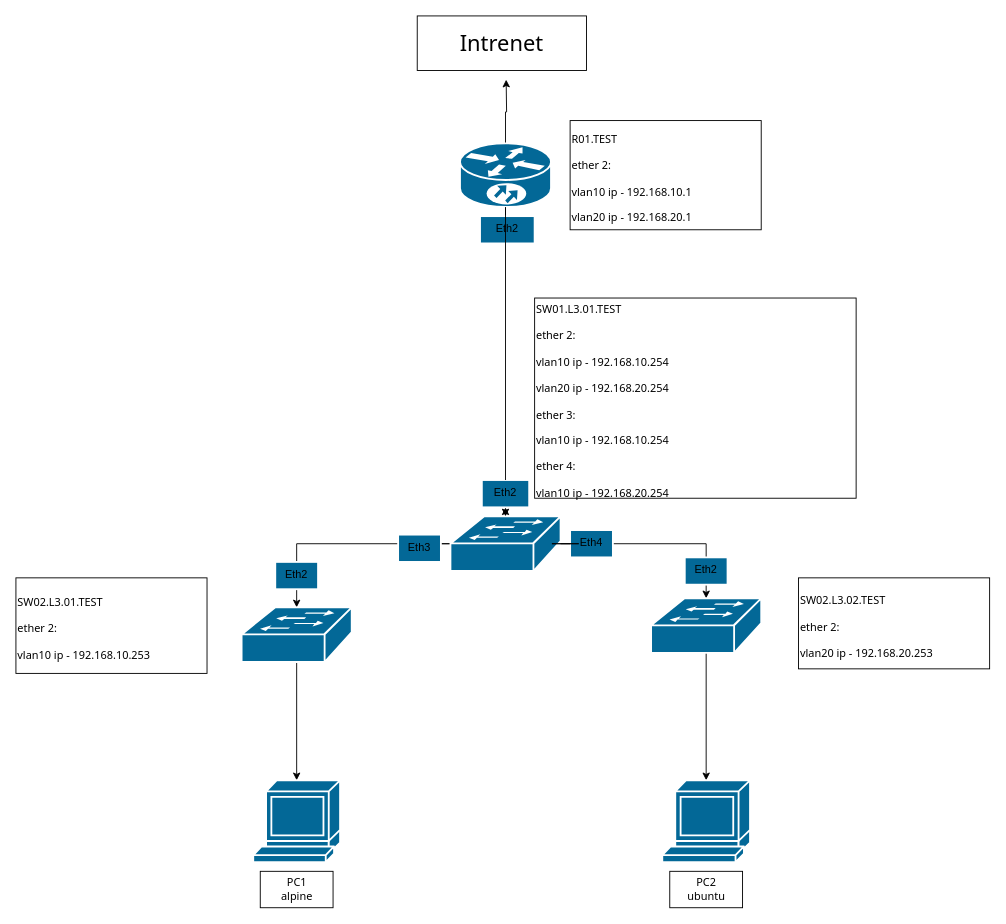
Before: lab1/Lab1.drawio in Vashavsh/2022_2023-introduction_in_routing-k33202-shabashov_v_a, a draw.io diagram. Source tidied: cells renumbered, new cells numbered last; positions are measured from the earlier drawing's top-left corner, leaving out a move shared by most shapes. Both pictures are drawn from the tidied source at 91%, with x=0, y=0 at pixel (15, 15).
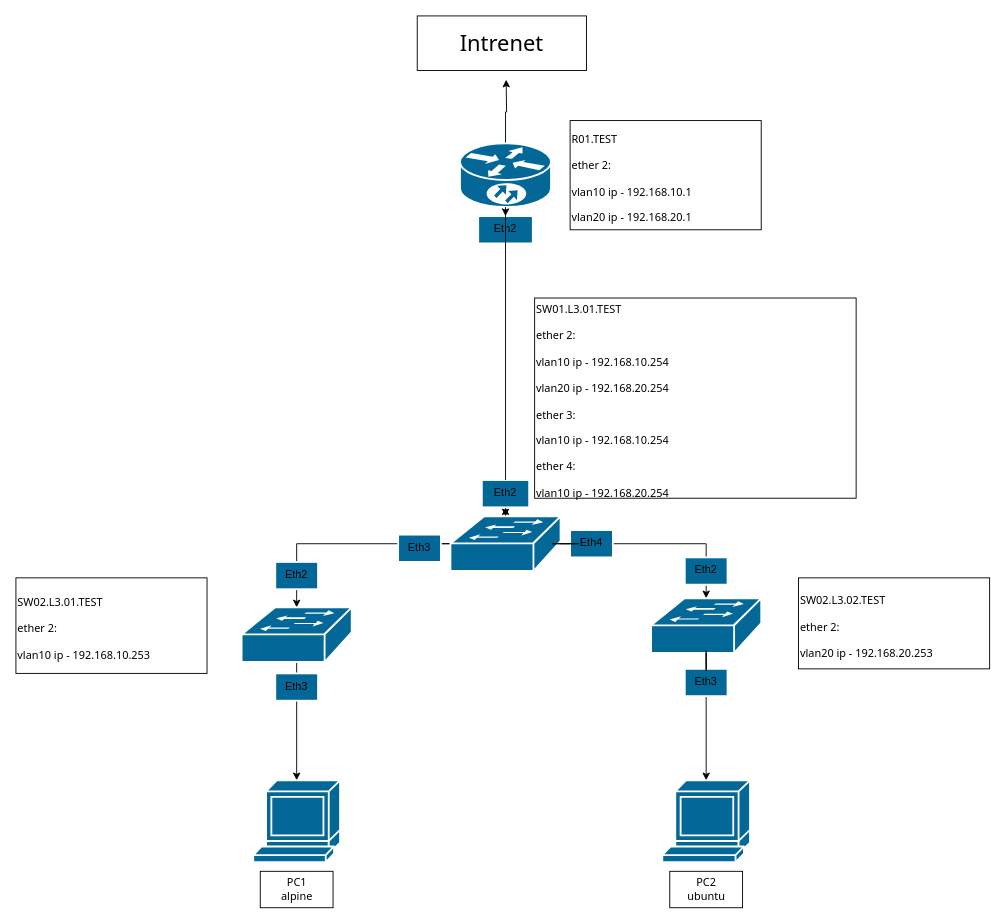
The same diagram, later.

Unchanged cells that the change refers to:
```xml
<mxCell id="12" style="shape=mxgraph.cisco.switches.workgroup_switch;sketch=0;html=1;dashed=0;fillColor=#036897;strokeColor=#ffffff;strokeWidth=2;verticalLabelPosition=bottom;verticalAlign=top;align=center;outlineConnect=0;" parent="1" vertex="1">
  <mxGeometry x="698" y="640" width="121" height="60" as="geometry" />
</mxCell>
<mxCell id="16" style="shape=mxgraph.cisco.computers_and_peripherals.terminal;sketch=0;html=1;dashed=0;fillColor=#036897;strokeColor=#ffffff;strokeWidth=2;verticalLabelPosition=bottom;verticalAlign=top;align=center;outlineConnect=0;" parent="1" vertex="1">
  <mxGeometry x="710.3" y="840" width="96.4" height="90" as="geometry" />
</mxCell>
```

What changed in the source:
```diff
@@
-    <mxCell id="11" style="edgeStyle=orthogonalEdgeStyle;rounded=0;jettySize=auto;html=1;entryX=0.5;entryY=0;entryDx=0;entryDy=0;entryPerimeter=0;" parent="1" edge="1" source="12" target="16">
+    <mxCell id="11" style="edgeStyle=orthogonalEdgeStyle;rounded=0;jettySize=auto;html=1;entryX=0.5;entryY=0;entryDx=0;entryDy=0;entryPerimeter=0;startArrow=none;" parent="1" edge="1" source="33" target="16">
       <mxGeometry relative="1" as="geometry" />
     </mxCell>
@@
     <mxCell id="22" value="Eth2" style="whiteSpace=wrap;html=1;verticalAlign=top;fillColor=#036897;strokeColor=#ffffff;sketch=0;dashed=0;strokeWidth=2;" parent="1" vertex="1">
-      <mxGeometry x="510" y="220" width="60" height="30" as="geometry" />
+      <mxGeometry x="508" y="220" width="60" height="30" as="geometry" />
     </mxCell>
@@
+    <mxCell id="32" value="Eth3" style="whiteSpace=wrap;html=1;verticalAlign=top;fillColor=#036897;strokeColor=#ffffff;sketch=0;dashed=0;strokeWidth=2;" parent="1" vertex="1">
+      <mxGeometry x="285" y="722.5" width="47" height="30" as="geometry" />
+    </mxCell>
+    <mxCell id="33" value="Eth3" style="whiteSpace=wrap;html=1;verticalAlign=top;fillColor=#036897;strokeColor=#ffffff;sketch=0;dashed=0;strokeWidth=2;" parent="1" vertex="1">
+      <mxGeometry x="735" y="717.5" width="47" height="30" as="geometry" />
+    </mxCell>
+    <mxCell id="34" style="edgeStyle=orthogonalEdgeStyle;rounded=0;jettySize=auto;html=1;entryX=0.5;entryY=0;entryDx=0;entryDy=0;entryPerimeter=0;endArrow=none;" parent="1" edge="1" source="12" target="33">
+      <mxGeometry relative="1" as="geometry" />
+    </mxCell>
```
